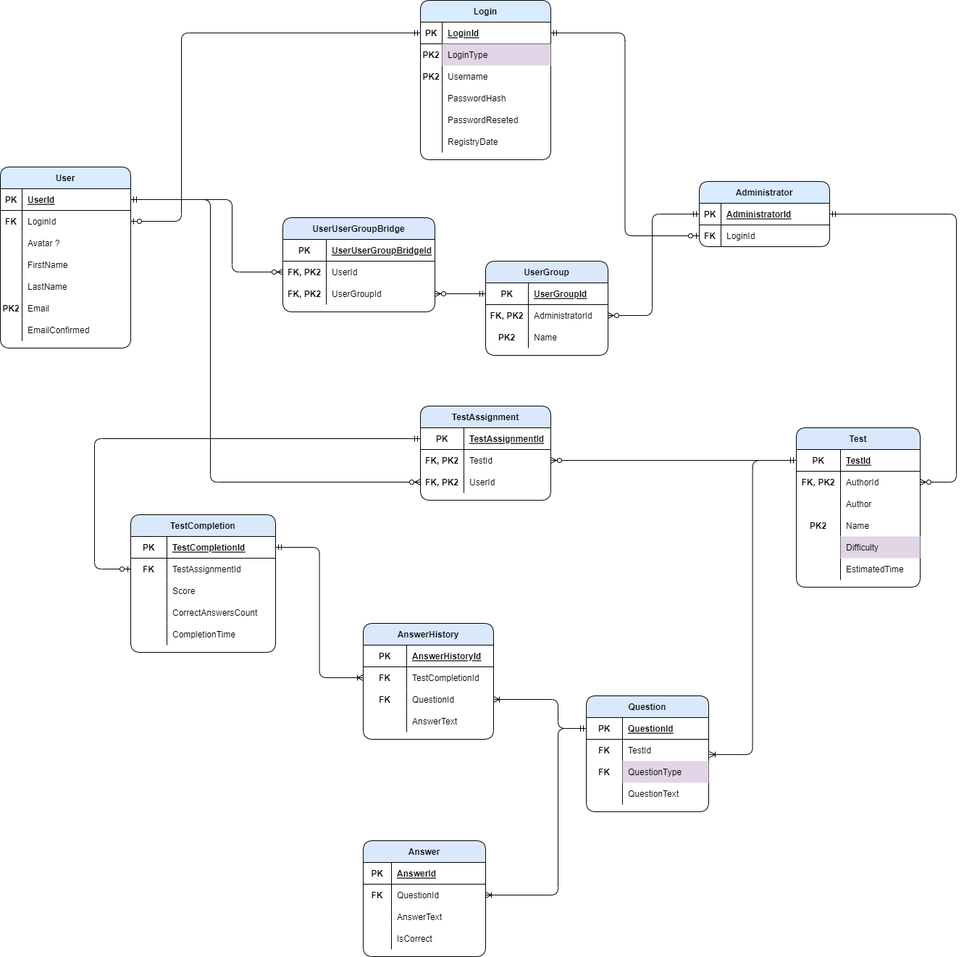
denleo/TestPoint keeps this draw.io diagram as Diagrams/TestPointERD.png. Above is the earlier version. Source tidied: cells renumbered, new cells last; positions are measured from the earlier drawing's top-left corner, leaving out a move shared by most shapes.
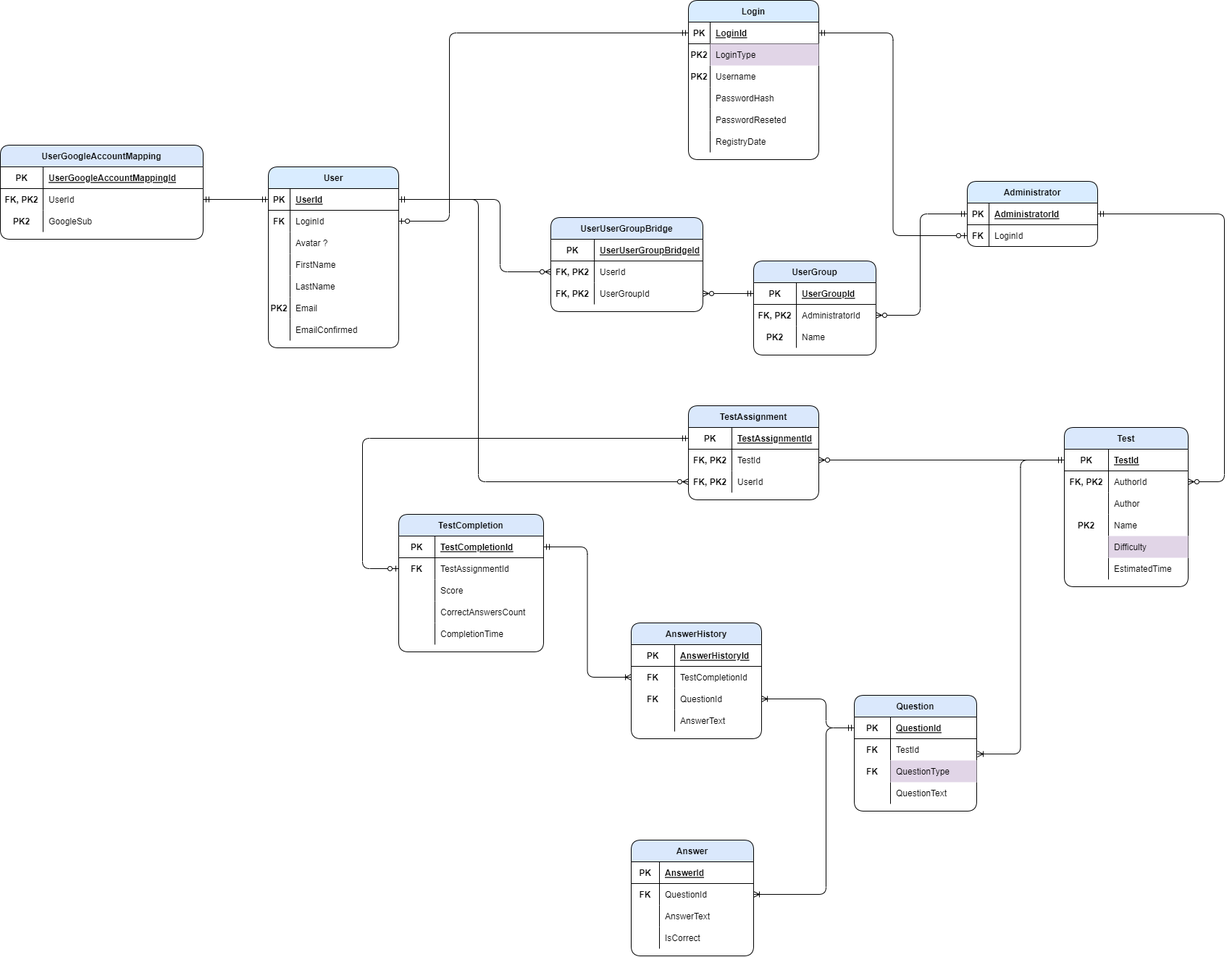
After the commit.

The edit, as a diff of the source:
```diff
@@ -537,5 +537,38 @@
         </Array>
       </mxGeometry>
     </mxCell>
+    <mxCell id="167" value="UserGoogleAccountMapping" style="shape=table;startSize=30;rowLines=0;fontStyle=1;align=center;fillStyle=solid;fillColor=#dae8fc;rounded=1;strokeColor=#000000;" parent="1" vertex="1">
+      <mxGeometry x="-370" y="200" width="280" height="130" as="geometry" />
+    </mxCell>
+    <mxCell id="168" style="shape=tableRow;horizontal=0;startSize=0;swimlaneHead=0;swimlaneBody=0;fillColor=none;top=0;left=0;right=0;bottom=1;" parent="167" vertex="1">
+      <mxGeometry y="30" width="280" height="30" as="geometry" />
+    </mxCell>
+    <mxCell id="169" value="PK" style="shape=partialRectangle;fillColor=none;top=0;left=0;bottom=0;right=0;fontStyle=1;overflow=hidden;" parent="168" vertex="1">
+      <mxGeometry width="59" height="30" as="geometry" />
+    </mxCell>
+    <mxCell id="170" value="UserGoogleAccountMappingId" style="shape=partialRectangle;fillColor=none;top=0;left=0;bottom=0;right=0;align=left;spacingLeft=6;fontStyle=5;overflow=hidden;" parent="168" vertex="1">
+      <mxGeometry x="59" width="221" height="30" as="geometry" />
+    </mxCell>
+    <mxCell id="171" style="shape=tableRow;horizontal=0;startSize=0;swimlaneHead=0;swimlaneBody=0;fillColor=none;points=[[0,0.5],[1,0.5]];portConstraint=eastwest;top=0;left=0;right=0;bottom=0;" parent="167" vertex="1">
+      <mxGeometry y="60" width="280" height="30" as="geometry" />
+    </mxCell>
+    <mxCell id="172" value="FK, PK2" style="shape=partialRectangle;fillColor=none;top=0;left=0;bottom=0;right=0;overflow=hidden;fontStyle=1;" parent="171" vertex="1">
+      <mxGeometry width="59" height="30" as="geometry" />
+    </mxCell>
+    <mxCell id="173" value="UserId" style="shape=partialRectangle;fillColor=none;top=0;left=0;bottom=0;right=0;align=left;spacingLeft=6;overflow=hidden;" parent="171" vertex="1">
+      <mxGeometry x="59" width="221" height="30" as="geometry" />
+    </mxCell>
+    <mxCell id="174" style="shape=tableRow;horizontal=0;startSize=0;swimlaneHead=0;swimlaneBody=0;fillColor=none;top=0;left=0;right=0;bottom=0;" parent="167" vertex="1">
+      <mxGeometry y="90" width="280" height="30" as="geometry" />
+    </mxCell>
+    <mxCell id="175" value="PK2" style="shape=partialRectangle;fillColor=none;top=0;left=0;bottom=0;right=0;overflow=hidden;fontStyle=1;" parent="174" vertex="1">
+      <mxGeometry width="59" height="30" as="geometry" />
+    </mxCell>
+    <mxCell id="176" value="GoogleSub" style="shape=partialRectangle;fillColor=none;top=0;left=0;bottom=0;right=0;align=left;spacingLeft=6;overflow=hidden;" parent="174" vertex="1">
+      <mxGeometry x="59" width="221" height="30" as="geometry" />
+    </mxCell>
+    <mxCell id="177" style="edgeStyle=orthogonalEdgeStyle;rounded=1;jettySize=auto;html=1;entryX=0;entryY=0.5;entryDx=0;entryDy=0;startArrow=ERmandOne;startFill=0;endArrow=ERmandOne;endFill=0;" parent="1" edge="1" source="171" target="22">
+      <mxGeometry relative="1" as="geometry" />
+    </mxCell>
   </root>
 </mxGraphModel>
```
